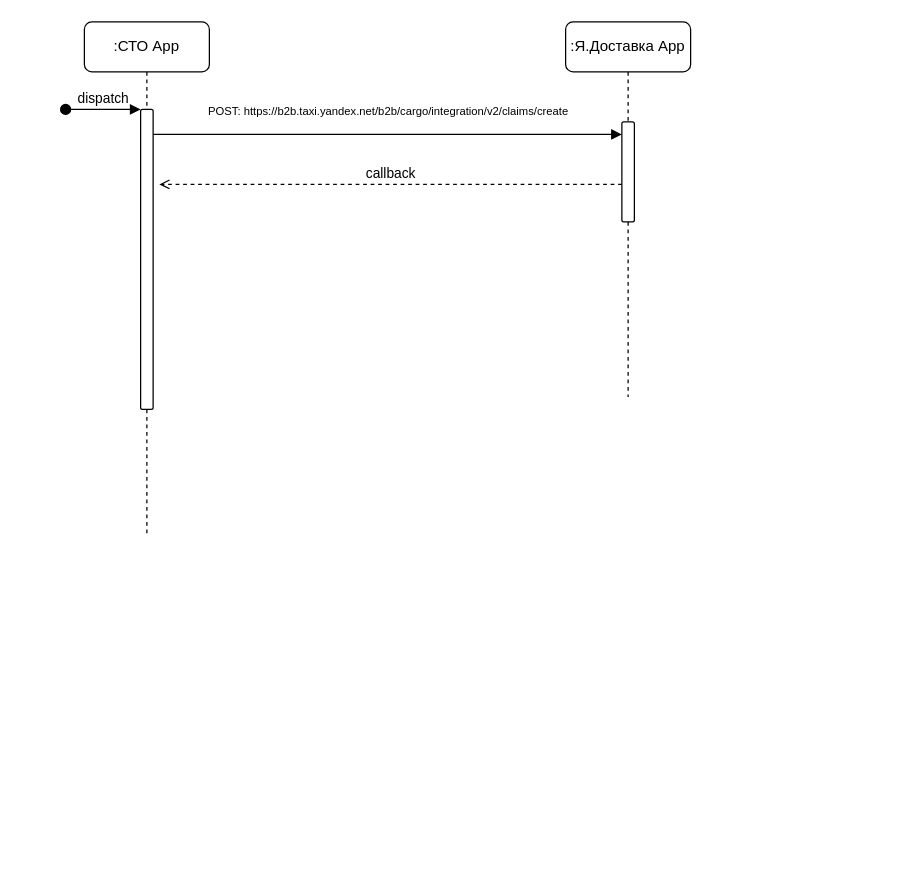
nikitashpota/rep-test keeps this draw.io diagram as Диаграмма без названия.drawio. Above is the earlier version. Source tidied: cells renumbered, new cells numbered last; positions are measured from the earlier drawing's top-left corner, leaving out a move shared by most shapes. Both pictures are drawn from the tidied source at 125%, with x=0, y=0 at pixel (65, 21).
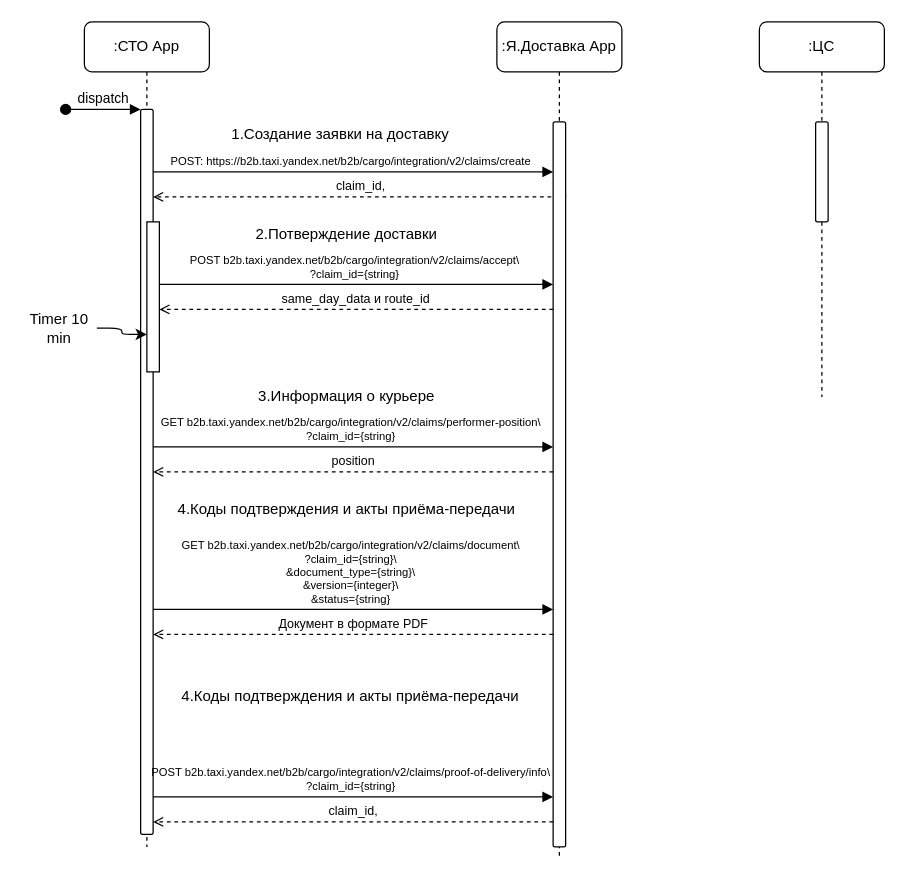
The same diagram, later.

Diff of the diagram source:
```diff
@@
     <mxCell id="2" value=":СТО App" style="shape=umlLifeline;perimeter=lifelinePerimeter;whiteSpace=wrap;html=1;newEdgeStyle={&quot;edgeStyle&quot;:&quot;elbowEdgeStyle&quot;,&quot;elbow&quot;:&quot;vertical&quot;,&quot;curved&quot;:0,&quot;rounded&quot;:0};labelBackgroundColor=none;rounded=1;" parent="1" vertex="1">
-      <mxGeometry x="15" width="100" height="410" as="geometry" />
+      <mxGeometry x="15" width="100" height="660" as="geometry" />
     </mxCell>
     <mxCell id="3" style="html=1;points=[];perimeter=orthogonalPerimeter;outlineConnect=0;targetShapes=umlLifeline;portConstraint=eastwest;newEdgeStyle={&quot;edgeStyle&quot;:&quot;elbowEdgeStyle&quot;,&quot;elbow&quot;:&quot;vertical&quot;,&quot;curved&quot;:0,&quot;rounded&quot;:0};labelBackgroundColor=none;rounded=1;" parent="2" vertex="1">
-      <mxGeometry x="45" y="70" width="10" height="240" as="geometry" />
+      <mxGeometry x="45" y="70" width="10" height="580" as="geometry" />
     </mxCell>
@@
+    <mxCell id="7" value="&lt;font style=&quot;font-size: 9px;&quot;&gt;POST:&amp;nbsp;https://b2b.taxi.yandex.net/b2b/cargo/integration/v2/claims/create&lt;/font&gt;" style="html=1;verticalAlign=bottom;endArrow=block;edgeStyle=elbowEdgeStyle;elbow=vertical;curved=0;rounded=1;labelBackgroundColor=none;fontColor=default;fontSize=9;" parent="1" edge="1">
+      <mxGeometry x="-0.01" relative="1" as="geometry">
+        <mxPoint x="70" y="120" as="sourcePoint" />
+        <mxPoint x="390" y="120" as="targetPoint" />
+        <Array as="points">
+          <mxPoint x="155" y="120" />
+        </Array>
+      </mxGeometry>
+    </mxCell>
+    <mxCell id="8" value=" claim_id," style="html=1;verticalAlign=bottom;endArrow=open;edgeStyle=elbowEdgeStyle;elbow=horizontal;curved=0;rounded=1;dashed=1;endFill=0;labelBackgroundColor=none;fontColor=default;fontSize=10;" parent="1" edge="1">
+      <mxGeometry relative="1" as="geometry">
+        <mxPoint x="400.5" y="140" as="sourcePoint" />
+        <mxPoint x="70" y="140" as="targetPoint" />
+        <Array as="points">
+          <mxPoint x="271" y="140" />
+        </Array>
+      </mxGeometry>
+    </mxCell>
     <mxCell id="5" value=":Я.Доставка App" style="shape=umlLifeline;perimeter=lifelinePerimeter;whiteSpace=wrap;html=1;newEdgeStyle={&quot;edgeStyle&quot;:&quot;elbowEdgeStyle&quot;,&quot;elbow&quot;:&quot;vertical&quot;,&quot;curved&quot;:0,&quot;rounded&quot;:0};labelBackgroundColor=none;rounded=1;" parent="1" vertex="1">
-      <mxGeometry x="400" width="100" height="300" as="geometry" />
+      <mxGeometry x="345" width="100" height="670" as="geometry" />
     </mxCell>
     <mxCell id="6" style="html=1;points=[];perimeter=orthogonalPerimeter;outlineConnect=0;targetShapes=umlLifeline;portConstraint=eastwest;newEdgeStyle={&quot;edgeStyle&quot;:&quot;elbowEdgeStyle&quot;,&quot;elbow&quot;:&quot;vertical&quot;,&quot;curved&quot;:0,&quot;rounded&quot;:0};labelBackgroundColor=none;rounded=1;" parent="5" vertex="1">
-      <mxGeometry x="45" y="80" width="10" height="80" as="geometry" />
+      <mxGeometry x="45" y="80" width="10" height="580" as="geometry" />
     </mxCell>
-    <mxCell id="7" value="&lt;font style=&quot;font-size: 9px;&quot;&gt;POST:&amp;nbsp;https://b2b.taxi.yandex.net/b2b/cargo/integration/v2/claims/create&lt;/font&gt;" style="html=1;verticalAlign=bottom;endArrow=block;edgeStyle=elbowEdgeStyle;elbow=vertical;curved=0;rounded=1;labelBackgroundColor=none;fontColor=default;" parent="1" edge="1" source="3" target="6">
-      <mxGeometry y="10" relative="1" as="geometry">
-        <Array as="points">
-          <mxPoint x="155" y="90" />
-        </Array>
-      </mxGeometry>
-    </mxCell>
-    <mxCell id="8" value="callback" style="html=1;verticalAlign=bottom;endArrow=open;edgeStyle=elbowEdgeStyle;elbow=vertical;curved=0;rounded=1;dashed=1;endFill=0;labelBackgroundColor=none;fontColor=default;" parent="1" edge="1">
-      <mxGeometry relative="1" as="geometry">
-        <mxPoint x="445" y="130" as="sourcePoint" />
-        <mxPoint x="75" y="130" as="targetPoint" />
-        <Array as="points">
-          <mxPoint x="165" y="130" />
-        </Array>
-      </mxGeometry>
-    </mxCell>
+    <mxCell id="9" value=":ЦС" style="shape=umlLifeline;perimeter=lifelinePerimeter;whiteSpace=wrap;html=1;newEdgeStyle={&quot;edgeStyle&quot;:&quot;elbowEdgeStyle&quot;,&quot;elbow&quot;:&quot;vertical&quot;,&quot;curved&quot;:0,&quot;rounded&quot;:0};labelBackgroundColor=none;rounded=1;" parent="1" vertex="1">
+      <mxGeometry x="555" width="100" height="300" as="geometry" />
+    </mxCell>
+    <mxCell id="10" style="html=1;perimeter=orthogonalPerimeter;targetShapes=umlLifeline;newEdgeStyle={&quot;edgeStyle&quot;:&quot;elbowEdgeStyle&quot;,&quot;elbow&quot;:&quot;vertical&quot;,&quot;curved&quot;:0,&quot;rounded&quot;:0};labelBackgroundColor=none;rounded=1;" parent="9" vertex="1">
+      <mxGeometry x="45" y="80" width="10" height="80" as="geometry" />
+    </mxCell>
+    <mxCell id="11" value="&lt;div style=&quot;font-size: 9px;&quot;&gt;&lt;font style=&quot;font-size: 9px;&quot;&gt;POST b2b.taxi.yandex.net/b2b/cargo/integration/v2/claims/accept\&lt;/font&gt;&lt;/div&gt;&lt;div style=&quot;font-size: 9px;&quot;&gt;&lt;font style=&quot;font-size: 9px;&quot;&gt;?claim_id={string}&lt;/font&gt;&lt;/div&gt;" style="html=1;verticalAlign=bottom;endArrow=block;edgeStyle=elbowEdgeStyle;elbow=vertical;curved=0;rounded=1;labelBackgroundColor=none;fontColor=default;fontSize=9;" parent="1" edge="1" target="6">
+      <mxGeometry x="-0.01" relative="1" as="geometry">
+        <mxPoint x="75" y="210" as="sourcePoint" />
+        <Array as="points">
+          <mxPoint x="160" y="210" />
+        </Array>
+      </mxGeometry>
+    </mxCell>
+    <mxCell id="12" value=" same_day_data и route_id" style="html=1;verticalAlign=bottom;endArrow=open;edgeStyle=elbowEdgeStyle;elbow=horizontal;curved=0;rounded=1;dashed=1;endFill=0;labelBackgroundColor=none;fontColor=default;fontSize=10;" parent="1" edge="1" source="6">
+      <mxGeometry relative="1" as="geometry">
+        <mxPoint x="75" y="230" as="targetPoint" />
+        <Array as="points">
+          <mxPoint x="276" y="230" />
+        </Array>
+      </mxGeometry>
+    </mxCell>
+    <mxCell id="13" value="1.Создание заявки на доставку" style="text;html=1;strokeColor=none;fillColor=none;align=center;verticalAlign=middle;whiteSpace=wrap;rounded=0;" parent="1" vertex="1">
+      <mxGeometry x="75" y="80" width="290" height="20" as="geometry" />
+    </mxCell>
+    <mxCell id="14" value="2.Потверждение доставки" style="text;html=1;strokeColor=none;fillColor=none;align=center;verticalAlign=middle;whiteSpace=wrap;rounded=0;" parent="1" vertex="1">
+      <mxGeometry x="80" y="160" width="290" height="20" as="geometry" />
+    </mxCell>
+    <mxCell id="15" style="rounded=0;whiteSpace=wrap;html=1;" parent="1" vertex="1">
+      <mxGeometry x="65" y="160" width="10" height="120" as="geometry" />
+    </mxCell>
+    <mxCell id="16" value="&lt;div style=&quot;font-size: 9px;&quot;&gt;&lt;div&gt;GET b2b.taxi.yandex.net/b2b/cargo/integration/v2/claims/performer-position\&lt;/div&gt;&lt;div&gt;?claim_id={string}&lt;/div&gt;&lt;/div&gt;" style="html=1;verticalAlign=bottom;endArrow=block;edgeStyle=elbowEdgeStyle;elbow=vertical;curved=0;rounded=1;labelBackgroundColor=none;fontColor=default;fontSize=9;" parent="1" edge="1" source="3">
+      <mxGeometry x="-0.01" relative="1" as="geometry">
+        <mxPoint x="390" y="340" as="targetPoint" />
+        <Array as="points">
+          <mxPoint x="160" y="340" />
+        </Array>
+      </mxGeometry>
+    </mxCell>
+    <mxCell id="17" value=" position" style="html=1;verticalAlign=bottom;endArrow=open;edgeStyle=elbowEdgeStyle;elbow=horizontal;curved=0;rounded=1;dashed=1;endFill=0;labelBackgroundColor=none;fontColor=default;fontSize=10;" parent="1" edge="1" target="3">
+      <mxGeometry relative="1" as="geometry">
+        <mxPoint x="390" y="360" as="sourcePoint" />
+        <Array as="points">
+          <mxPoint x="276" y="360" />
+        </Array>
+      </mxGeometry>
+    </mxCell>
+    <mxCell id="18" value="3.Информация о курьере" style="text;html=1;strokeColor=none;fillColor=none;align=center;verticalAlign=middle;whiteSpace=wrap;rounded=0;" parent="1" vertex="1">
+      <mxGeometry x="80" y="290" width="290" height="20" as="geometry" />
+    </mxCell>
+    <mxCell id="19" style="edgeStyle=orthogonalEdgeStyle;rounded=1;jettySize=auto;html=1;entryX=0;entryY=0.75;entryDx=0;entryDy=0;" parent="1" edge="1" source="20" target="15">
+      <mxGeometry relative="1" as="geometry" />
+    </mxCell>
+    <mxCell id="20" value="Timer 10 min" style="text;html=1;strokeColor=none;fillColor=none;align=center;verticalAlign=middle;whiteSpace=wrap;rounded=0;" parent="1" vertex="1">
+      <mxGeometry x="-35" y="230" width="60" height="30" as="geometry" />
+    </mxCell>
+    <mxCell id="21" value="&lt;div style=&quot;&quot;&gt;&lt;div style=&quot;&quot;&gt;GET b2b.taxi.yandex.net/b2b/cargo/integration/v2/claims/document\&lt;/div&gt;&lt;div style=&quot;&quot;&gt;?claim_id={string}\&lt;/div&gt;&lt;div style=&quot;&quot;&gt;&amp;amp;document_type={string}\&lt;/div&gt;&lt;div style=&quot;&quot;&gt;&amp;amp;version={integer}\&lt;/div&gt;&lt;div style=&quot;&quot;&gt;&amp;amp;status={string}&lt;/div&gt;&lt;/div&gt;" style="html=1;verticalAlign=bottom;endArrow=block;edgeStyle=elbowEdgeStyle;elbow=vertical;curved=0;rounded=1;labelBackgroundColor=none;fontColor=default;fontSize=9;" parent="1" edge="1">
+      <mxGeometry x="-0.01" relative="1" as="geometry">
+        <mxPoint x="70" y="470" as="sourcePoint" />
+        <mxPoint x="390" y="470" as="targetPoint" />
+        <Array as="points">
+          <mxPoint x="160" y="470" />
+        </Array>
+      </mxGeometry>
+    </mxCell>
+    <mxCell id="22" value="Документ в формате PDF" style="html=1;verticalAlign=bottom;endArrow=open;edgeStyle=elbowEdgeStyle;elbow=horizontal;curved=0;rounded=1;dashed=1;endFill=0;labelBackgroundColor=none;fontColor=default;fontSize=10;" parent="1" edge="1">
+      <mxGeometry relative="1" as="geometry">
+        <mxPoint x="390" y="490" as="sourcePoint" />
+        <mxPoint x="70" y="490" as="targetPoint" />
+        <Array as="points">
+          <mxPoint x="276" y="490" />
+        </Array>
+      </mxGeometry>
+    </mxCell>
+    <mxCell id="23" value="4.Коды подтверждения и акты приёма-передачи" style="text;html=1;strokeColor=none;fillColor=none;align=center;verticalAlign=middle;whiteSpace=wrap;rounded=0;" parent="1" vertex="1">
+      <mxGeometry x="80" y="380" width="290" height="20" as="geometry" />
+    </mxCell>
+    <mxCell id="24" value="&lt;div style=&quot;&quot;&gt;&lt;div style=&quot;&quot;&gt;&lt;div&gt;POST b2b.taxi.yandex.net/b2b/cargo/integration/v2/claims/proof-of-delivery/info\&lt;/div&gt;&lt;div&gt;?claim_id={string}&lt;/div&gt;&lt;/div&gt;&lt;/div&gt;" style="html=1;verticalAlign=bottom;endArrow=block;edgeStyle=elbowEdgeStyle;elbow=vertical;curved=0;rounded=1;labelBackgroundColor=none;fontColor=default;fontSize=9;" parent="1" edge="1">
+      <mxGeometry x="-0.01" relative="1" as="geometry">
+        <mxPoint x="70" y="620" as="sourcePoint" />
+        <mxPoint x="390" y="620" as="targetPoint" />
+        <Array as="points">
+          <mxPoint x="160" y="620" />
+        </Array>
+      </mxGeometry>
+    </mxCell>
+    <mxCell id="25" value="claim_id," style="html=1;verticalAlign=bottom;endArrow=open;edgeStyle=elbowEdgeStyle;elbow=vertical;curved=0;rounded=1;dashed=1;endFill=0;labelBackgroundColor=none;fontColor=default;fontSize=10;" parent="1" edge="1">
+      <mxGeometry relative="1" as="geometry">
+        <mxPoint x="390" y="640" as="sourcePoint" />
+        <mxPoint x="70" y="640" as="targetPoint" />
+        <Array as="points">
+          <mxPoint x="276" y="640" />
+        </Array>
+      </mxGeometry>
+    </mxCell>
+    <mxCell id="26" value="4.Коды подтверждения и акты приёма-передачи" style="text;html=1;strokeColor=none;fillColor=none;align=center;verticalAlign=middle;whiteSpace=wrap;rounded=0;" parent="1" vertex="1">
+      <mxGeometry x="83" y="530" width="290" height="20" as="geometry" />
+    </mxCell>
```
